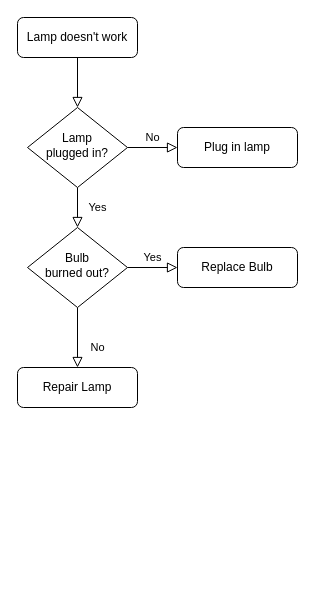
Akshal27/Python-Boot-camp keeps this draw.io diagram as Untitled Diagram.drawio. Above is the earlier version. Source tidied: cells renumbered, new cells numbered last; positions are measured from the earlier drawing's top-left corner, leaving out a move shared by most shapes. Both pictures are drawn from the tidied source at 100%, with x=0, y=0 at pixel (17, 17).
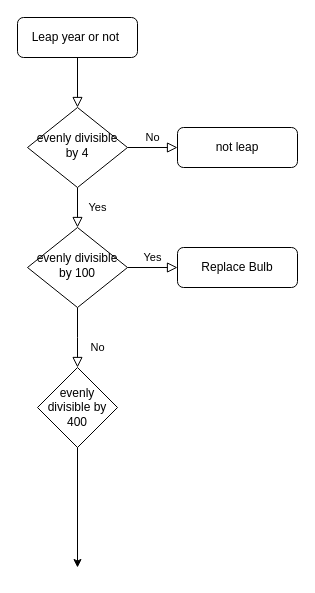
The same page after the edit.

Change to the diagram source:
```diff
@@
 <mxGraphModel>
   <root>
     <mxCell id="0" />
     <mxCell id="1" parent="0" />
     <mxCell id="2" style="rounded=0;html=1;jettySize=auto;fontSize=11;endArrow=block;endFill=0;endSize=8;strokeWidth=1;shadow=0;labelBackgroundColor=none;edgeStyle=orthogonalEdgeStyle;" parent="1" edge="1" source="3" target="6">
       <mxGeometry relative="1" as="geometry" />
     </mxCell>
-    <mxCell id="3" value="Lamp doesn't work" style="rounded=1;whiteSpace=wrap;html=1;fontSize=12;glass=0;strokeWidth=1;shadow=0;" parent="1" vertex="1">
+    <mxCell id="3" value="Leap year or not&amp;nbsp;" style="rounded=1;whiteSpace=wrap;html=1;fontSize=12;glass=0;strokeWidth=1;shadow=0;" parent="1" vertex="1">
       <mxGeometry width="120" height="40" as="geometry" />
     </mxCell>
     <mxCell id="4" value="Yes" style="rounded=0;html=1;jettySize=auto;fontSize=11;endArrow=block;endFill=0;endSize=8;strokeWidth=1;shadow=0;labelBackgroundColor=none;edgeStyle=orthogonalEdgeStyle;" parent="1" edge="1" source="6" target="10">
       <mxGeometry y="20" relative="1" as="geometry" />
     </mxCell>
     <mxCell id="5" value="No" style="edgeStyle=orthogonalEdgeStyle;rounded=0;html=1;jettySize=auto;fontSize=11;endArrow=block;endFill=0;endSize=8;strokeWidth=1;shadow=0;labelBackgroundColor=none;" parent="1" edge="1" source="6" target="7">
       <mxGeometry y="10" relative="1" as="geometry" />
     </mxCell>
-    <mxCell id="6" value="Lamp&lt;br&gt;plugged in?" style="rhombus;whiteSpace=wrap;html=1;shadow=0;fontFamily=Helvetica;fontSize=12;align=center;strokeWidth=1;spacing=6;spacingTop=-4;" parent="1" vertex="1">
+    <mxCell id="6" value="evenly divisible by 4" style="rhombus;whiteSpace=wrap;html=1;shadow=0;fontFamily=Helvetica;fontSize=12;align=center;strokeWidth=1;spacing=6;spacingTop=-4;" parent="1" vertex="1">
       <mxGeometry x="10" y="90" width="100" height="80" as="geometry" />
     </mxCell>
-    <mxCell id="7" value="Plug in lamp" style="rounded=1;whiteSpace=wrap;html=1;fontSize=12;glass=0;strokeWidth=1;shadow=0;" parent="1" vertex="1">
+    <mxCell id="7" value="not leap" style="rounded=1;whiteSpace=wrap;html=1;fontSize=12;glass=0;strokeWidth=1;shadow=0;" parent="1" vertex="1">
       <mxGeometry x="160" y="110" width="120" height="40" as="geometry" />
     </mxCell>
-    <mxCell id="8" value="No" style="rounded=0;html=1;jettySize=auto;fontSize=11;endArrow=block;endFill=0;endSize=8;strokeWidth=1;shadow=0;labelBackgroundColor=none;edgeStyle=orthogonalEdgeStyle;" parent="1" edge="1" source="10" target="11">
-      <mxGeometry x="0.33" y="20" relative="1" as="geometry" />
+    <mxCell id="8" value="No" style="rounded=0;html=1;jettySize=auto;fontSize=11;endArrow=block;endFill=0;endSize=8;strokeWidth=1;shadow=0;labelBackgroundColor=none;edgeStyle=orthogonalEdgeStyle;" parent="1" edge="1" source="10">
+      <mxGeometry x="0.33" y="20" relative="1" as="geometry">
+        <mxPoint x="60" y="350" as="targetPoint" />
+      </mxGeometry>
     </mxCell>
     <mxCell id="9" value="Yes" style="edgeStyle=orthogonalEdgeStyle;rounded=0;html=1;jettySize=auto;fontSize=11;endArrow=block;endFill=0;endSize=8;strokeWidth=1;shadow=0;labelBackgroundColor=none;" parent="1" edge="1" source="10" target="12">
       <mxGeometry y="10" relative="1" as="geometry" />
     </mxCell>
-    <mxCell id="10" value="Bulb&lt;br&gt;burned out?" style="rhombus;whiteSpace=wrap;html=1;shadow=0;fontFamily=Helvetica;fontSize=12;align=center;strokeWidth=1;spacing=6;spacingTop=-4;" parent="1" vertex="1">
+    <mxCell id="10" value="evenly divisible by 100" style="rhombus;whiteSpace=wrap;html=1;shadow=0;fontFamily=Helvetica;fontSize=12;align=center;strokeWidth=1;spacing=6;spacingTop=-4;" parent="1" vertex="1">
       <mxGeometry x="10" y="210" width="100" height="80" as="geometry" />
     </mxCell>
-    <mxCell id="11" value="Repair Lamp" style="rounded=1;whiteSpace=wrap;html=1;fontSize=12;glass=0;strokeWidth=1;shadow=0;" parent="1" vertex="1">
-      <mxGeometry y="350" width="120" height="40" as="geometry" />
-    </mxCell>
     <mxCell id="12" value="Replace Bulb" style="rounded=1;whiteSpace=wrap;html=1;fontSize=12;glass=0;strokeWidth=1;shadow=0;" parent="1" vertex="1">
       <mxGeometry x="160" y="230" width="120" height="40" as="geometry" />
     </mxCell>
+    <mxCell id="13" value="evenly divisible by 400" style="rhombus;whiteSpace=wrap;html=1;" parent="1" vertex="1">
+      <mxGeometry x="20" y="350" width="80" height="80" as="geometry" />
+    </mxCell>
+    <mxCell id="14" style="endArrow=classic;html=1;rounded=0;exitX=0.5;exitY=1;exitDx=0;exitDy=0;" parent="1" edge="1" source="13">
+      <mxGeometry relative="1" as="geometry">
+        <mxPoint x="60" y="550" as="targetPoint" />
+      </mxGeometry>
+    </mxCell>
   </root>
 </mxGraphModel>
```
